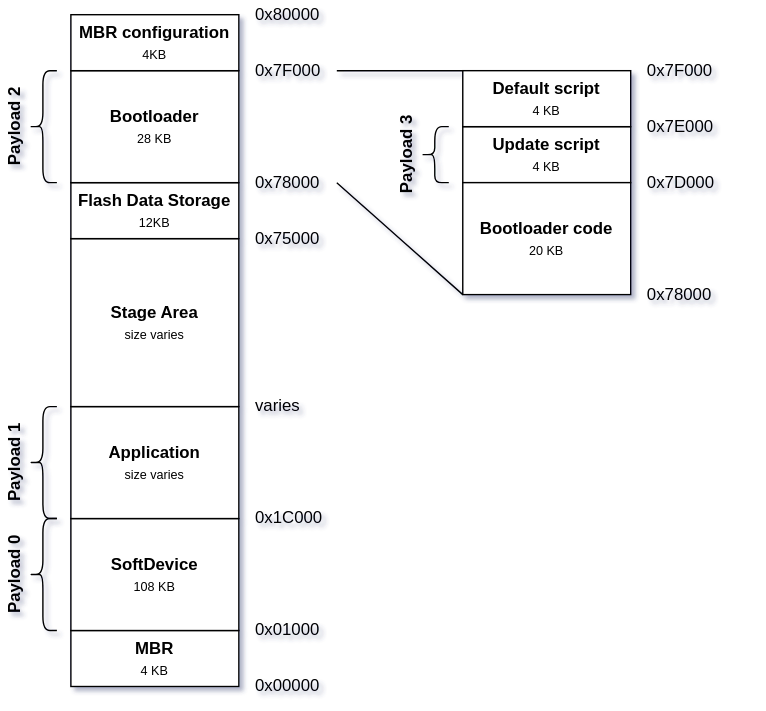
Before: nolobolo_s113_map.svg, a diagram exported from draw.io (doki-nordic/draw.io). Source tidied: cells renumbered, new cells last; positions are measured from the earlier drawing's top-left corner, leaving out a move shared by most shapes.
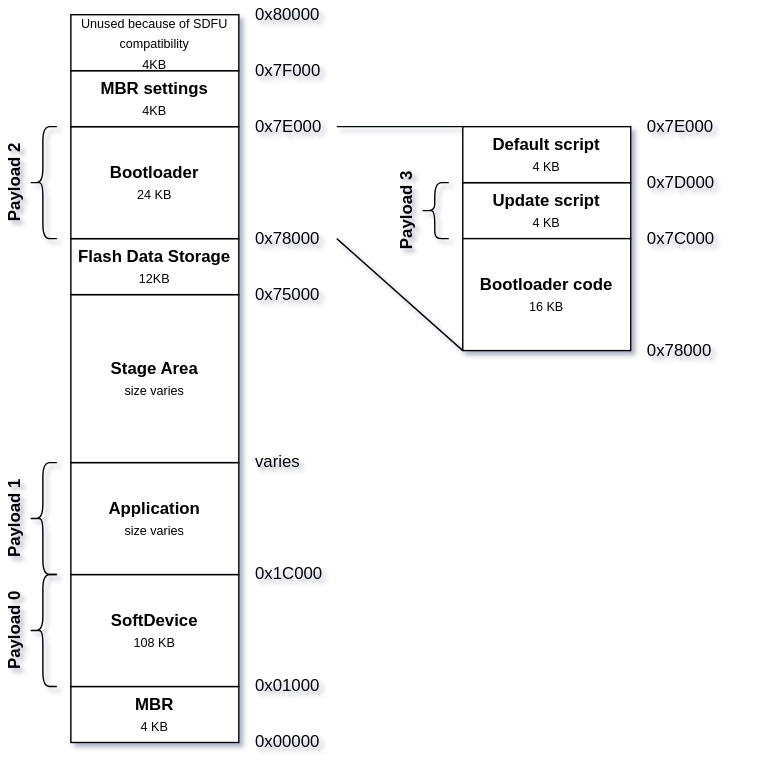
The same diagram one commit later.

The edit, as a diff of the source:
```diff
@@ -17,10 +17,10 @@
     <mxCell id="6" value="&lt;b&gt;Flash Data Storage&lt;/b&gt;&lt;br&gt;&lt;font style=&quot;font-size: 9px&quot;&gt;12KB&lt;/font&gt;" style="rounded=0;whiteSpace=wrap;html=1;strokeWidth=1;perimeterSpacing=0;" parent="1" vertex="1">
       <mxGeometry x="50" y="130" width="120" height="40" as="geometry" />
     </mxCell>
-    <mxCell id="7" value="&lt;b&gt;Bootloader&lt;br&gt;&lt;/b&gt;&lt;font style=&quot;font-size: 9px&quot;&gt;28 KB&lt;/font&gt;" style="rounded=0;whiteSpace=wrap;html=1;strokeWidth=1;perimeterSpacing=0;" parent="1" vertex="1">
+    <mxCell id="7" value="&lt;b&gt;Bootloader&lt;br&gt;&lt;/b&gt;&lt;font style=&quot;font-size: 9px&quot;&gt;24 KB&lt;/font&gt;" style="rounded=0;whiteSpace=wrap;html=1;strokeWidth=1;perimeterSpacing=0;" parent="1" vertex="1">
       <mxGeometry x="50" y="50" width="120" height="80" as="geometry" />
     </mxCell>
-    <mxCell id="8" value="&lt;b&gt;MBR configuration&lt;br&gt;&lt;/b&gt;&lt;font style=&quot;font-size: 9px&quot;&gt;4KB&lt;/font&gt;" style="rounded=0;whiteSpace=wrap;html=1;strokeWidth=1;perimeterSpacing=0;" parent="1" vertex="1">
+    <mxCell id="8" value="&lt;b&gt;MBR settings&lt;br&gt;&lt;/b&gt;&lt;font style=&quot;font-size: 9px&quot;&gt;4KB&lt;/font&gt;" style="rounded=0;whiteSpace=wrap;html=1;strokeWidth=1;perimeterSpacing=0;" parent="1" vertex="1">
       <mxGeometry x="50" y="10" width="120" height="40" as="geometry" />
     </mxCell>
     <mxCell id="9" style="shape=curlyBracket;whiteSpace=wrap;html=1;rounded=1;rotation=0;" parent="1" vertex="1">
@@ -68,7 +68,7 @@
     <mxCell id="23" value="&lt;b&gt;Update script&lt;br&gt;&lt;/b&gt;&lt;font style=&quot;font-size: 9px&quot;&gt;4 KB&lt;/font&gt;" style="rounded=0;whiteSpace=wrap;html=1;strokeWidth=1;perimeterSpacing=0;" parent="1" vertex="1">
       <mxGeometry x="330" y="90" width="120" height="40" as="geometry" />
     </mxCell>
-    <mxCell id="24" value="&lt;b&gt;Bootloader code&lt;br&gt;&lt;/b&gt;&lt;font style=&quot;font-size: 9px&quot;&gt;20 KB&lt;/font&gt;" style="rounded=0;whiteSpace=wrap;html=1;strokeWidth=1;perimeterSpacing=0;" parent="1" vertex="1">
+    <mxCell id="24" value="&lt;b&gt;Bootloader code&lt;br&gt;&lt;/b&gt;&lt;font style=&quot;font-size: 9px&quot;&gt;16 KB&lt;/font&gt;" style="rounded=0;whiteSpace=wrap;html=1;strokeWidth=1;perimeterSpacing=0;" parent="1" vertex="1">
       <mxGeometry x="330" y="130" width="120" height="80" as="geometry" />
     </mxCell>
     <mxCell id="25" value="&lt;b&gt;Default script&lt;br&gt;&lt;/b&gt;&lt;font style=&quot;font-size: 9px&quot;&gt;4 KB&lt;/font&gt;" style="rounded=0;whiteSpace=wrap;html=1;strokeWidth=1;perimeterSpacing=0;" parent="1" vertex="1">
@@ -80,23 +80,29 @@
     <mxCell id="27" style="endArrow=none;html=1;exitX=0;exitY=0;exitDx=0;exitDy=0;entryX=1;entryY=0.5;entryDx=0;entryDy=0;" parent="1" edge="1" source="25" target="29">
       <mxGeometry relative="1" as="geometry" />
     </mxCell>
-    <mxCell id="28" value="0x80000" style="text;html=1;strokeColor=none;fillColor=none;align=left;verticalAlign=middle;whiteSpace=wrap;rounded=0;rotation=0;" parent="1" vertex="1">
+    <mxCell id="28" value="0x7F000" style="text;html=1;strokeColor=none;fillColor=none;align=left;verticalAlign=middle;whiteSpace=wrap;rounded=0;rotation=0;" parent="1" vertex="1">
       <mxGeometry x="180" width="60" height="20" as="geometry" />
     </mxCell>
-    <mxCell id="29" value="0x7F000" style="text;html=1;strokeColor=none;fillColor=none;align=left;verticalAlign=middle;whiteSpace=wrap;rounded=0;rotation=0;" parent="1" vertex="1">
+    <mxCell id="29" value="0x7E000" style="text;html=1;strokeColor=none;fillColor=none;align=left;verticalAlign=middle;whiteSpace=wrap;rounded=0;rotation=0;" parent="1" vertex="1">
       <mxGeometry x="180" y="40" width="60" height="20" as="geometry" />
     </mxCell>
-    <mxCell id="30" value="0x7D000" style="text;html=1;strokeColor=none;fillColor=none;align=left;verticalAlign=middle;whiteSpace=wrap;rounded=0;rotation=0;" parent="1" vertex="1">
+    <mxCell id="30" value="0x7C000" style="text;html=1;strokeColor=none;fillColor=none;align=left;verticalAlign=middle;whiteSpace=wrap;rounded=0;rotation=0;" parent="1" vertex="1">
       <mxGeometry x="460" y="120" width="80" height="20" as="geometry" />
     </mxCell>
-    <mxCell id="31" value="0x7E000" style="text;html=1;strokeColor=none;fillColor=none;align=left;verticalAlign=middle;whiteSpace=wrap;rounded=0;rotation=0;" parent="1" vertex="1">
+    <mxCell id="31" value="0x7D000" style="text;html=1;strokeColor=none;fillColor=none;align=left;verticalAlign=middle;whiteSpace=wrap;rounded=0;rotation=0;" parent="1" vertex="1">
       <mxGeometry x="460" y="80" width="80" height="20" as="geometry" />
     </mxCell>
     <mxCell id="32" value="0x78000" style="text;html=1;strokeColor=none;fillColor=none;align=left;verticalAlign=middle;whiteSpace=wrap;rounded=0;rotation=0;" parent="1" vertex="1">
       <mxGeometry x="460" y="200" width="60" height="20" as="geometry" />
     </mxCell>
-    <mxCell id="33" value="0x7F000" style="text;html=1;strokeColor=none;fillColor=none;align=left;verticalAlign=middle;whiteSpace=wrap;rounded=0;rotation=0;" parent="1" vertex="1">
+    <mxCell id="33" value="0x7E000" style="text;html=1;strokeColor=none;fillColor=none;align=left;verticalAlign=middle;whiteSpace=wrap;rounded=0;rotation=0;" parent="1" vertex="1">
       <mxGeometry x="460" y="40" width="60" height="20" as="geometry" />
     </mxCell>
+    <mxCell id="34" value="0x80000" style="text;html=1;strokeColor=none;fillColor=none;align=left;verticalAlign=middle;whiteSpace=wrap;rounded=0;rotation=0;" parent="1" vertex="1">
+      <mxGeometry x="180" y="-40" width="60" height="20" as="geometry" />
+    </mxCell>
+    <mxCell id="35" value="&lt;font style=&quot;font-size: 9px&quot;&gt;Unused because of SDFU compatibility&lt;br&gt;4KB&lt;/font&gt;" style="rounded=0;whiteSpace=wrap;html=1;strokeWidth=1;perimeterSpacing=0;" parent="1" vertex="1">
+      <mxGeometry x="50" y="-30" width="120" height="40" as="geometry" />
+    </mxCell>
   </root>
 </mxGraphModel>
```
